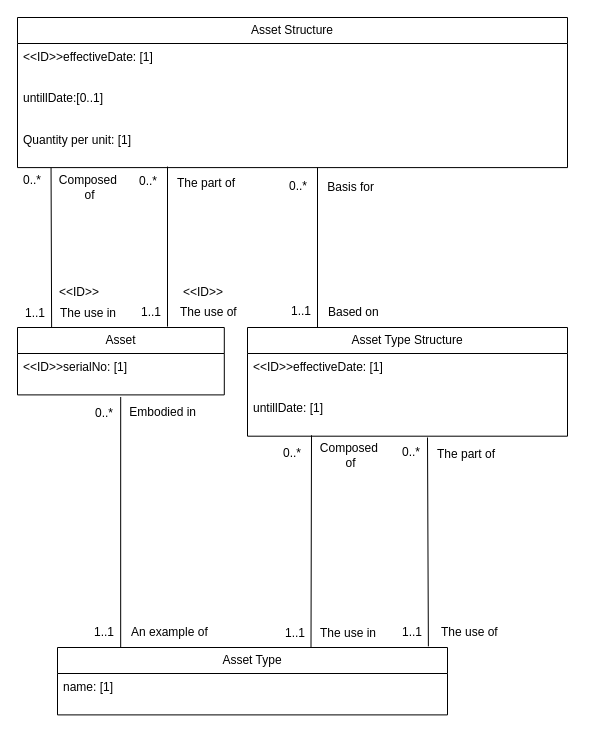
This is page "Asset Structure" (5 of 6) of Comprehensive Data Model.drawio from developersoumyadeep/erpapp-datamodel, a draw.io file, before an edit. Source tidied: cells renumbered, new cells numbered last; positions are measured from the earlier drawing's top-left corner, leaving out a move shared by most shapes. Both pictures are drawn from the tidied source at 100%, with x=0, y=0 at pixel (17, 17).
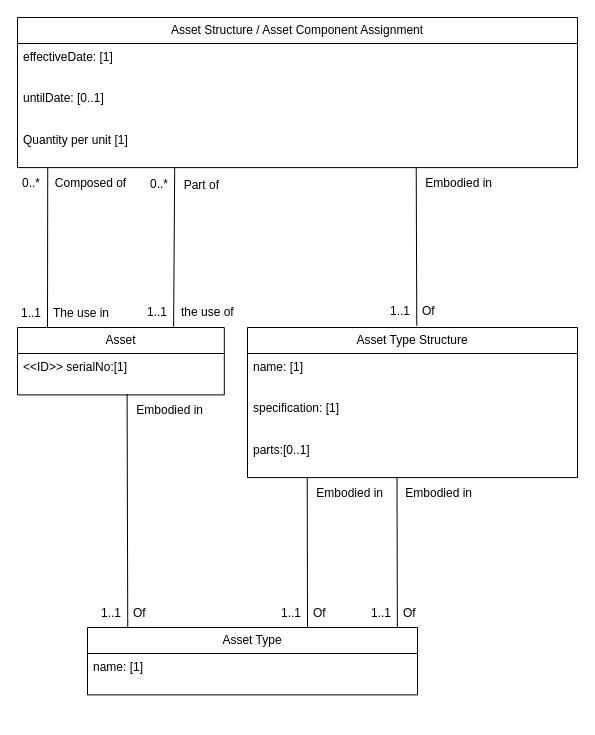
The same diagram, later.

Unchanged cells that the change refers to:
```xml
<mxCell id="6" value="Asset" style="swimlane;fontStyle=0;horizontal=1;startSize=26;fillColor=none;whiteSpace=wrap;html=1;" parent="1" vertex="1">
  <mxGeometry y="310" width="206.8" height="67.4" as="geometry" />
</mxCell>
```

What changed in the source:
```diff
@@
-    <mxCell id="2" value="Asset Structure" style="swimlane;fontStyle=0;horizontal=1;startSize=26;fillColor=none;whiteSpace=wrap;html=1;" parent="1" vertex="1">
-      <mxGeometry width="550" height="150.1" as="geometry" />
-    </mxCell>
-    <mxCell id="3" value="&amp;lt;&amp;lt;ID&amp;gt;&amp;gt;effectiveDate: [1]" style="text;strokeColor=none;fillColor=none;align=left;verticalAlign=top;spacingLeft=4;spacingRight=4;overflow=hidden;whiteSpace=wrap;html=1;" parent="2" vertex="1">
-      <mxGeometry y="26" width="550" height="41.4" as="geometry" />
-    </mxCell>
-    <mxCell id="4" value="untillDate:[0..1]" style="text;strokeColor=none;fillColor=none;align=left;verticalAlign=top;spacingLeft=4;spacingRight=4;overflow=hidden;whiteSpace=wrap;html=1;" parent="2" vertex="1">
-      <mxGeometry y="67.4" width="550" height="41.4" as="geometry" />
-    </mxCell>
-    <mxCell id="5" value="Quantity per unit: [1]" style="text;strokeColor=none;fillColor=none;align=left;verticalAlign=top;spacingLeft=4;spacingRight=4;overflow=hidden;points=[[0,0.5],[1,0.5]];portConstraint=eastwest;whiteSpace=wrap;html=1;" parent="2" vertex="1">
-      <mxGeometry y="108.7" width="550" height="41.4" as="geometry" />
-    </mxCell>
+    <mxCell id="8" value="Asset Type Structure" style="swimlane;fontStyle=0;horizontal=1;startSize=26;fillColor=none;whiteSpace=wrap;html=1;" parent="1" vertex="1">
+      <mxGeometry x="230" y="310" width="330" height="150.1" as="geometry" />
+    </mxCell>
+    <mxCell id="45" value="name: [1]" style="text;strokeColor=none;fillColor=none;align=left;verticalAlign=top;spacingLeft=4;spacingRight=4;overflow=hidden;whiteSpace=wrap;html=1;" parent="8" vertex="1">
+      <mxGeometry y="26" width="330" height="41.4" as="geometry" />
+    </mxCell>
+    <mxCell id="46" value="specification: [1]" style="text;strokeColor=none;fillColor=none;align=left;verticalAlign=top;spacingLeft=4;spacingRight=4;overflow=hidden;whiteSpace=wrap;html=1;" parent="8" vertex="1">
+      <mxGeometry y="67.4" width="330" height="41.4" as="geometry" />
+    </mxCell>
+    <mxCell id="47" value="parts:[0..1]" style="text;strokeColor=none;fillColor=none;align=left;verticalAlign=top;spacingLeft=4;spacingRight=4;overflow=hidden;points=[[0,0.5],[1,0.5]];portConstraint=eastwest;whiteSpace=wrap;html=1;" parent="8" vertex="1">
+      <mxGeometry y="108.7" width="330" height="41.4" as="geometry" />
+    </mxCell>
+    <mxCell id="11" value="Asset Type" style="swimlane;fontStyle=0;horizontal=1;startSize=26;fillColor=none;whiteSpace=wrap;html=1;" parent="1" vertex="1">
+      <mxGeometry x="70" y="610" width="330" height="67.4" as="geometry" />
+    </mxCell>
+    <mxCell id="48" value="name: [1]" style="text;strokeColor=none;fillColor=none;align=left;verticalAlign=top;spacingLeft=4;spacingRight=4;overflow=hidden;whiteSpace=wrap;html=1;" parent="11" vertex="1">
+      <mxGeometry y="26" width="330" height="41.4" as="geometry" />
+    </mxCell>
+    <mxCell id="49" value="Asset Structure / Asset Component Assignment" style="swimlane;fontStyle=0;horizontal=1;startSize=26;fillColor=none;whiteSpace=wrap;html=1;" parent="1" vertex="1">
+      <mxGeometry width="560" height="150.1" as="geometry" />
+    </mxCell>
+    <mxCell id="50" value="effectiveDate: [1]" style="text;strokeColor=none;fillColor=none;align=left;verticalAlign=top;spacingLeft=4;spacingRight=4;overflow=hidden;whiteSpace=wrap;html=1;" parent="49" vertex="1">
+      <mxGeometry y="26" width="560" height="41.4" as="geometry" />
+    </mxCell>
+    <mxCell id="51" value="untilDate: [0..1]" style="text;strokeColor=none;fillColor=none;align=left;verticalAlign=top;spacingLeft=4;spacingRight=4;overflow=hidden;whiteSpace=wrap;html=1;" parent="49" vertex="1">
+      <mxGeometry y="67.4" width="560" height="41.4" as="geometry" />
+    </mxCell>
+    <mxCell id="52" value="Quantity per unit [1]" style="text;strokeColor=none;fillColor=none;align=left;verticalAlign=top;spacingLeft=4;spacingRight=4;overflow=hidden;points=[[0,0.5],[1,0.5]];portConstraint=eastwest;whiteSpace=wrap;html=1;" parent="49" vertex="1">
+      <mxGeometry y="108.7" width="560" height="41.4" as="geometry" />
+    </mxCell>
@@
-    <mxCell id="7" value="&amp;lt;&amp;lt;ID&amp;gt;&amp;gt;serialNo: [1]" style="text;strokeColor=none;fillColor=none;align=left;verticalAlign=top;spacingLeft=4;spacingRight=4;overflow=hidden;points=[[0,0.5],[1,0.5]];portConstraint=eastwest;whiteSpace=wrap;html=1;" parent="6" vertex="1">
-      <mxGeometry y="26" width="206.8" height="41.4" as="geometry" />
-    </mxCell>
-    <mxCell id="8" value="Asset Type Structure" style="swimlane;fontStyle=0;horizontal=1;startSize=26;fillColor=none;whiteSpace=wrap;html=1;" parent="1" vertex="1">
-      <mxGeometry x="230" y="310" width="320" height="108.7" as="geometry" />
-    </mxCell>
-    <mxCell id="9" value="&amp;lt;&amp;lt;ID&amp;gt;&amp;gt;effectiveDate: [1]" style="text;strokeColor=none;fillColor=none;align=left;verticalAlign=top;spacingLeft=4;spacingRight=4;overflow=hidden;whiteSpace=wrap;html=1;" parent="8" vertex="1">
-      <mxGeometry y="26" width="320" height="41.4" as="geometry" />
-    </mxCell>
-    <mxCell id="10" value="untillDate: [1]" style="text;strokeColor=none;fillColor=none;align=left;verticalAlign=top;spacingLeft=4;spacingRight=4;overflow=hidden;points=[[0,0.5],[1,0.5]];portConstraint=eastwest;whiteSpace=wrap;html=1;" parent="8" vertex="1">
-      <mxGeometry y="67.4" width="320" height="41.4" as="geometry" />
-    </mxCell>
-    <mxCell id="11" value="Asset Type" style="swimlane;fontStyle=0;horizontal=1;startSize=26;fillColor=none;whiteSpace=wrap;html=1;" parent="1" vertex="1">
-      <mxGeometry x="40" y="630" width="390" height="67.4" as="geometry" />
-    </mxCell>
-    <mxCell id="12" value="name: [1]" style="text;strokeColor=none;fillColor=none;align=left;verticalAlign=top;spacingLeft=4;spacingRight=4;overflow=hidden;whiteSpace=wrap;html=1;" parent="11" vertex="1">
-      <mxGeometry y="26" width="390" height="41.4" as="geometry" />
-    </mxCell>
-    <mxCell id="13" style="endArrow=none;html=1;rounded=0;align=center;verticalAlign=top;endFill=0;labelBackgroundColor=none;entryX=0.061;entryY=1.007;entryDx=0;entryDy=0;entryPerimeter=0;exitX=0.165;exitY=0.002;exitDx=0;exitDy=0;exitPerimeter=0;" parent="1" edge="1" source="6" target="5">
-      <mxGeometry relative="1" as="geometry" />
-    </mxCell>
-    <mxCell id="14" value="The use in" style="html=1;align=left;verticalAlign=bottom;labelBackgroundColor=none;" parent="13" vertex="1">
-      <mxGeometry x="-1" relative="1" as="geometry">
-        <mxPoint x="7" y="-6" as="offset" />
-      </mxGeometry>
-    </mxCell>
-    <mxCell id="15" value="1..1" style="html=1;align=left;verticalAlign=top;labelBackgroundColor=none;" parent="13" vertex="1">
-      <mxGeometry x="-1" relative="1" as="geometry">
-        <mxPoint x="-28" y="-28" as="offset" />
-      </mxGeometry>
-    </mxCell>
-    <mxCell id="16" value="Composed&amp;nbsp;&lt;div&gt;of&lt;/div&gt;" style="html=1;align=center;verticalAlign=bottom;labelBackgroundColor=none;" parent="13" vertex="1">
-      <mxGeometry x="1" relative="1" as="geometry">
-        <mxPoint x="38" y="36" as="offset" />
-      </mxGeometry>
-    </mxCell>
-    <mxCell id="17" value="0..*" style="html=1;align=left;verticalAlign=top;labelBackgroundColor=none;" parent="1" vertex="1">
-      <mxGeometry x="4" y="149.1" as="geometry" />
-    </mxCell>
-    <mxCell id="18" style="endArrow=none;html=1;rounded=0;align=center;verticalAlign=top;endFill=0;labelBackgroundColor=none;entryX=0.061;entryY=1.007;entryDx=0;entryDy=0;entryPerimeter=0;exitX=0.165;exitY=0.002;exitDx=0;exitDy=0;exitPerimeter=0;" parent="1" edge="1">
-      <mxGeometry relative="1" as="geometry">
-        <mxPoint x="150" y="309.1" as="sourcePoint" />
-        <mxPoint x="150" y="149.1" as="targetPoint" />
-      </mxGeometry>
-    </mxCell>
-    <mxCell id="19" value="The use of" style="html=1;align=left;verticalAlign=bottom;labelBackgroundColor=none;" parent="18" vertex="1">
-      <mxGeometry x="-1" relative="1" as="geometry">
-        <mxPoint x="11" y="-6" as="offset" />
-      </mxGeometry>
-    </mxCell>
-    <mxCell id="20" value="1..1" style="html=1;align=left;verticalAlign=top;labelBackgroundColor=none;" parent="18" vertex="1">
-      <mxGeometry x="-1" relative="1" as="geometry">
-        <mxPoint x="-28" y="-28" as="offset" />
-      </mxGeometry>
-    </mxCell>
-    <mxCell id="21" value="The part of" style="html=1;align=right;verticalAlign=bottom;labelBackgroundColor=none;" parent="18" vertex="1">
-      <mxGeometry x="1" relative="1" as="geometry">
-        <mxPoint x="68" y="25" as="offset" />
-      </mxGeometry>
-    </mxCell>
-    <mxCell id="22" value="0..*" style="html=1;align=left;verticalAlign=top;labelBackgroundColor=none;" parent="1" vertex="1">
-      <mxGeometry x="120" y="150.1" as="geometry" />
-    </mxCell>
-    <mxCell id="23" style="endArrow=none;html=1;rounded=0;align=center;verticalAlign=top;endFill=0;labelBackgroundColor=none;entryX=0.061;entryY=1.007;entryDx=0;entryDy=0;entryPerimeter=0;exitX=0.165;exitY=0.002;exitDx=0;exitDy=0;exitPerimeter=0;" parent="1" edge="1">
-      <mxGeometry relative="1" as="geometry">
-        <mxPoint x="300" y="310" as="sourcePoint" />
-        <mxPoint x="300" y="150" as="targetPoint" />
-      </mxGeometry>
-    </mxCell>
-    <mxCell id="24" value="Based on" style="html=1;align=left;verticalAlign=bottom;labelBackgroundColor=none;" parent="23" vertex="1">
-      <mxGeometry x="-1" relative="1" as="geometry">
-        <mxPoint x="9" y="-7" as="offset" />
-      </mxGeometry>
-    </mxCell>
-    <mxCell id="25" value="1..1" style="html=1;align=left;verticalAlign=top;labelBackgroundColor=none;" parent="23" vertex="1">
-      <mxGeometry x="-1" relative="1" as="geometry">
-        <mxPoint x="-28" y="-30" as="offset" />
-      </mxGeometry>
-    </mxCell>
-    <mxCell id="26" value="Basis for" style="html=1;align=right;verticalAlign=bottom;labelBackgroundColor=none;" parent="23" vertex="1">
-      <mxGeometry x="1" relative="1" as="geometry">
-        <mxPoint x="57" y="28" as="offset" />
-      </mxGeometry>
-    </mxCell>
-    <mxCell id="27" value="0..*" style="html=1;align=left;verticalAlign=top;labelBackgroundColor=none;" parent="1" vertex="1">
-      <mxGeometry x="270" y="155" as="geometry" />
-    </mxCell>
-    <mxCell id="28" style="endArrow=none;html=1;rounded=0;align=center;verticalAlign=top;endFill=0;labelBackgroundColor=none;entryX=0.499;entryY=1.05;entryDx=0;entryDy=0;entryPerimeter=0;exitX=0.162;exitY=-0.002;exitDx=0;exitDy=0;exitPerimeter=0;" parent="1" edge="1" source="11" target="7">
-      <mxGeometry relative="1" as="geometry" />
-    </mxCell>
-    <mxCell id="29" value="An example of" style="html=1;align=left;verticalAlign=bottom;labelBackgroundColor=none;" parent="28" vertex="1">
-      <mxGeometry x="-1" relative="1" as="geometry">
-        <mxPoint x="9" y="-7" as="offset" />
-      </mxGeometry>
-    </mxCell>
-    <mxCell id="30" value="1..1" style="html=1;align=left;verticalAlign=top;labelBackgroundColor=none;" parent="28" vertex="1">
-      <mxGeometry x="-1" relative="1" as="geometry">
-        <mxPoint x="-28" y="-29" as="offset" />
-      </mxGeometry>
-    </mxCell>
-    <mxCell id="31" value="Embodied in" style="html=1;align=right;verticalAlign=bottom;labelBackgroundColor=none;" parent="28" vertex="1">
-      <mxGeometry x="1" relative="1" as="geometry">
-        <mxPoint x="76" y="23" as="offset" />
-      </mxGeometry>
-    </mxCell>
-    <mxCell id="32" value="0..*" style="html=1;align=left;verticalAlign=top;labelBackgroundColor=none;" parent="1" vertex="1">
-      <mxGeometry x="76" y="382" as="geometry" />
-    </mxCell>
-    <mxCell id="33" style="endArrow=none;html=1;rounded=0;align=center;verticalAlign=top;endFill=0;labelBackgroundColor=none;entryX=0.2;entryY=0.976;entryDx=0;entryDy=0;entryPerimeter=0;exitX=0.65;exitY=-0.006;exitDx=0;exitDy=0;exitPerimeter=0;" parent="1" edge="1" source="11" target="10">
-      <mxGeometry relative="1" as="geometry" />
-    </mxCell>
-    <mxCell id="34" value="The use in" style="html=1;align=left;verticalAlign=bottom;labelBackgroundColor=none;" parent="33" vertex="1">
-      <mxGeometry x="-1" relative="1" as="geometry">
-        <mxPoint x="7" y="-6" as="offset" />
-      </mxGeometry>
-    </mxCell>
-    <mxCell id="35" value="1..1" style="html=1;align=left;verticalAlign=top;labelBackgroundColor=none;" parent="33" vertex="1">
-      <mxGeometry x="-1" relative="1" as="geometry">
-        <mxPoint x="-28" y="-28" as="offset" />
-      </mxGeometry>
-    </mxCell>
-    <mxCell id="36" value="Composed&amp;nbsp;&lt;div&gt;of&lt;/div&gt;" style="html=1;align=center;verticalAlign=bottom;labelBackgroundColor=none;" parent="33" vertex="1">
-      <mxGeometry x="1" relative="1" as="geometry">
-        <mxPoint x="38" y="36" as="offset" />
-      </mxGeometry>
-    </mxCell>
-    <mxCell id="37" value="0..*" style="html=1;align=left;verticalAlign=top;labelBackgroundColor=none;" parent="1" vertex="1">
-      <mxGeometry x="264" y="422" as="geometry" />
-    </mxCell>
-    <mxCell id="38" style="endArrow=none;html=1;rounded=0;align=center;verticalAlign=top;endFill=0;labelBackgroundColor=none;exitX=0.951;exitY=-0.017;exitDx=0;exitDy=0;exitPerimeter=0;" parent="1" edge="1" source="11">
-      <mxGeometry relative="1" as="geometry">
-        <mxPoint x="410" y="420" as="targetPoint" />
-      </mxGeometry>
-    </mxCell>
-    <mxCell id="39" value="The use of" style="html=1;align=left;verticalAlign=bottom;labelBackgroundColor=none;" parent="38" vertex="1">
-      <mxGeometry x="-1" relative="1" as="geometry">
-        <mxPoint x="11" y="-6" as="offset" />
-      </mxGeometry>
-    </mxCell>
-    <mxCell id="40" value="1..1" style="html=1;align=left;verticalAlign=top;labelBackgroundColor=none;" parent="38" vertex="1">
-      <mxGeometry x="-1" relative="1" as="geometry">
-        <mxPoint x="-28" y="-28" as="offset" />
-      </mxGeometry>
-    </mxCell>
-    <mxCell id="41" value="The part of" style="html=1;align=right;verticalAlign=bottom;labelBackgroundColor=none;" parent="38" vertex="1">
-      <mxGeometry x="1" relative="1" as="geometry">
-        <mxPoint x="68" y="25" as="offset" />
-      </mxGeometry>
-    </mxCell>
-    <mxCell id="42" value="0..*" style="html=1;align=left;verticalAlign=top;labelBackgroundColor=none;" parent="1" vertex="1">
-      <mxGeometry x="383" y="421" as="geometry" />
-    </mxCell>
-    <mxCell id="43" value="&amp;lt;&amp;lt;ID&amp;gt;&amp;gt;" style="text;html=1;align=center;verticalAlign=middle;whiteSpace=wrap;rounded=0;" parent="1" vertex="1">
-      <mxGeometry x="37" y="265" width="50" height="20" as="geometry" />
-    </mxCell>
-    <mxCell id="44" value="&amp;lt;&amp;lt;ID&amp;gt;&amp;gt;" style="text;html=1;align=center;verticalAlign=middle;whiteSpace=wrap;rounded=0;" parent="1" vertex="1">
-      <mxGeometry x="161" y="265" width="50" height="20" as="geometry" />
-    </mxCell>
+    <mxCell id="53" value="&amp;lt;&amp;lt;ID&amp;gt;&amp;gt; serialNo:[1]" style="text;strokeColor=none;fillColor=none;align=left;verticalAlign=top;spacingLeft=4;spacingRight=4;overflow=hidden;points=[[0,0.5],[1,0.5]];portConstraint=eastwest;whiteSpace=wrap;html=1;" parent="6" vertex="1">
+      <mxGeometry y="26" width="206.8" height="41.4" as="geometry" />
+    </mxCell>
+    <mxCell id="54" style="endArrow=none;html=1;rounded=0;align=center;verticalAlign=top;endFill=0;labelBackgroundColor=none;exitX=0.122;exitY=0;exitDx=0;exitDy=0;exitPerimeter=0;entryX=0.53;entryY=0.98;entryDx=0;entryDy=0;entryPerimeter=0;" parent="1" edge="1" source="11" target="53">
+      <mxGeometry relative="1" as="geometry" />
+    </mxCell>
+    <mxCell id="55" value="Of" style="html=1;align=left;verticalAlign=bottom;labelBackgroundColor=none;" parent="54" vertex="1">
+      <mxGeometry x="-1" relative="1" as="geometry">
+        <mxPoint x="4" y="-6" as="offset" />
+      </mxGeometry>
+    </mxCell>
+    <mxCell id="56" value="1..1" style="html=1;align=left;verticalAlign=top;labelBackgroundColor=none;" parent="54" vertex="1">
+      <mxGeometry x="-1" relative="1" as="geometry">
+        <mxPoint x="-28" y="-28" as="offset" />
+      </mxGeometry>
+    </mxCell>
+    <mxCell id="57" value="Embodied in" style="html=1;align=right;verticalAlign=bottom;labelBackgroundColor=none;" parent="54" vertex="1">
+      <mxGeometry x="1" relative="1" as="geometry">
+        <mxPoint x="76" y="24" as="offset" />
+      </mxGeometry>
+    </mxCell>
+    <mxCell id="58" style="endArrow=none;html=1;rounded=0;align=center;verticalAlign=top;endFill=0;labelBackgroundColor=none;exitX=0.121;exitY=-0.013;exitDx=0;exitDy=0;exitPerimeter=0;entryX=0.181;entryY=0.99;entryDx=0;entryDy=0;entryPerimeter=0;" parent="1" edge="1" target="47">
+      <mxGeometry relative="1" as="geometry">
+        <mxPoint x="290" y="610" as="sourcePoint" />
+      </mxGeometry>
+    </mxCell>
+    <mxCell id="59" value="Of" style="html=1;align=left;verticalAlign=bottom;labelBackgroundColor=none;" parent="58" vertex="1">
+      <mxGeometry x="-1" relative="1" as="geometry">
+        <mxPoint x="4" y="-6" as="offset" />
+      </mxGeometry>
+    </mxCell>
+    <mxCell id="60" value="1..1" style="html=1;align=left;verticalAlign=top;labelBackgroundColor=none;" parent="58" vertex="1">
+      <mxGeometry x="-1" relative="1" as="geometry">
+        <mxPoint x="-28" y="-28" as="offset" />
+      </mxGeometry>
+    </mxCell>
+    <mxCell id="61" value="Embodied in" style="html=1;align=right;verticalAlign=bottom;labelBackgroundColor=none;" parent="58" vertex="1">
+      <mxGeometry x="1" relative="1" as="geometry">
+        <mxPoint x="76" y="24" as="offset" />
+      </mxGeometry>
+    </mxCell>
+    <mxCell id="62" style="endArrow=none;html=1;rounded=0;align=center;verticalAlign=top;endFill=0;labelBackgroundColor=none;exitX=0.939;exitY=0.002;exitDx=0;exitDy=0;exitPerimeter=0;entryX=0.453;entryY=0.999;entryDx=0;entryDy=0;entryPerimeter=0;" parent="1" edge="1" source="11" target="47">
+      <mxGeometry relative="1" as="geometry" />
+    </mxCell>
+    <mxCell id="63" value="Of" style="html=1;align=left;verticalAlign=bottom;labelBackgroundColor=none;" parent="62" vertex="1">
+      <mxGeometry x="-1" relative="1" as="geometry">
+        <mxPoint x="4" y="-6" as="offset" />
+      </mxGeometry>
+    </mxCell>
+    <mxCell id="64" value="1..1" style="html=1;align=left;verticalAlign=top;labelBackgroundColor=none;" parent="62" vertex="1">
+      <mxGeometry x="-1" relative="1" as="geometry">
+        <mxPoint x="-28" y="-28" as="offset" />
+      </mxGeometry>
+    </mxCell>
+    <mxCell id="65" value="Embodied in" style="html=1;align=right;verticalAlign=bottom;labelBackgroundColor=none;" parent="62" vertex="1">
+      <mxGeometry x="1" relative="1" as="geometry">
+        <mxPoint x="76" y="24" as="offset" />
+      </mxGeometry>
+    </mxCell>
+    <mxCell id="66" style="endArrow=none;html=1;rounded=0;align=center;verticalAlign=top;endFill=0;labelBackgroundColor=none;exitX=0.58;exitY=0;exitDx=0;exitDy=0;exitPerimeter=0;entryX=0.054;entryY=0.991;entryDx=0;entryDy=0;entryPerimeter=0;" parent="1" edge="1" target="52">
+      <mxGeometry relative="1" as="geometry">
+        <mxPoint x="30" y="310" as="sourcePoint" />
+      </mxGeometry>
+    </mxCell>
+    <mxCell id="67" value="The use in" style="html=1;align=left;verticalAlign=bottom;labelBackgroundColor=none;" parent="66" vertex="1">
+      <mxGeometry x="-1" relative="1" as="geometry">
+        <mxPoint x="4" y="-6" as="offset" />
+      </mxGeometry>
+    </mxCell>
+    <mxCell id="68" value="1..1" style="html=1;align=left;verticalAlign=top;labelBackgroundColor=none;" parent="66" vertex="1">
+      <mxGeometry x="-1" relative="1" as="geometry">
+        <mxPoint x="-28" y="-28" as="offset" />
+      </mxGeometry>
+    </mxCell>
+    <mxCell id="69" value="Composed of" style="html=1;align=center;verticalAlign=bottom;labelBackgroundColor=none;" parent="66" vertex="1">
+      <mxGeometry x="1" relative="1" as="geometry">
+        <mxPoint x="42" y="24" as="offset" />
+      </mxGeometry>
+    </mxCell>
+    <mxCell id="70" style="endArrow=none;html=1;rounded=0;align=center;verticalAlign=top;endFill=0;labelBackgroundColor=none;exitX=0.682;exitY=-0.006;exitDx=0;exitDy=0;exitPerimeter=0;entryX=0.254;entryY=1.005;entryDx=0;entryDy=0;entryPerimeter=0;" parent="1" edge="1">
+      <mxGeometry relative="1" as="geometry">
+        <mxPoint x="156.1" y="309.1" as="sourcePoint" />
+        <mxPoint x="157.2" y="150.3" as="targetPoint" />
+      </mxGeometry>
+    </mxCell>
+    <mxCell id="71" value="the use of" style="html=1;align=left;verticalAlign=bottom;labelBackgroundColor=none;" parent="70" vertex="1">
+      <mxGeometry x="-1" relative="1" as="geometry">
+        <mxPoint x="6" y="-6" as="offset" />
+      </mxGeometry>
+    </mxCell>
+    <mxCell id="72" value="1..1" style="html=1;align=left;verticalAlign=top;labelBackgroundColor=none;" parent="70" vertex="1">
+      <mxGeometry x="-1" relative="1" as="geometry">
+        <mxPoint x="-28" y="-28" as="offset" />
+      </mxGeometry>
+    </mxCell>
+    <mxCell id="73" value="Part of" style="html=1;align=right;verticalAlign=bottom;labelBackgroundColor=none;" parent="70" vertex="1">
+      <mxGeometry x="1" relative="1" as="geometry">
+        <mxPoint x="45" y="26" as="offset" />
+      </mxGeometry>
+    </mxCell>
+    <mxCell id="74" style="endArrow=none;html=1;rounded=0;align=center;verticalAlign=top;endFill=0;labelBackgroundColor=none;exitX=0.513;exitY=-0.011;exitDx=0;exitDy=0;exitPerimeter=0;entryX=0.712;entryY=1.003;entryDx=0;entryDy=0;entryPerimeter=0;" parent="1" edge="1" source="8" target="52">
+      <mxGeometry relative="1" as="geometry" />
+    </mxCell>
+    <mxCell id="75" value="Of" style="html=1;align=left;verticalAlign=bottom;labelBackgroundColor=none;" parent="74" vertex="1">
+      <mxGeometry x="-1" relative="1" as="geometry">
+        <mxPoint x="4" y="-6" as="offset" />
+      </mxGeometry>
+    </mxCell>
+    <mxCell id="76" value="1..1" style="html=1;align=left;verticalAlign=top;labelBackgroundColor=none;" parent="74" vertex="1">
+      <mxGeometry x="-1" relative="1" as="geometry">
+        <mxPoint x="-28" y="-28" as="offset" />
+      </mxGeometry>
+    </mxCell>
+    <mxCell id="77" value="Embodied in" style="html=1;align=right;verticalAlign=bottom;labelBackgroundColor=none;" parent="74" vertex="1">
+      <mxGeometry x="1" relative="1" as="geometry">
+        <mxPoint x="76" y="24" as="offset" />
+      </mxGeometry>
+    </mxCell>
+    <mxCell id="78" value="0..*" style="html=1;align=left;verticalAlign=top;labelBackgroundColor=none;" parent="1" vertex="1">
+      <mxGeometry x="3" y="152" as="geometry" />
+    </mxCell>
+    <mxCell id="79" value="0..*" style="html=1;align=left;verticalAlign=top;labelBackgroundColor=none;" parent="1" vertex="1">
+      <mxGeometry x="131" y="153" as="geometry" />
+    </mxCell>
```
